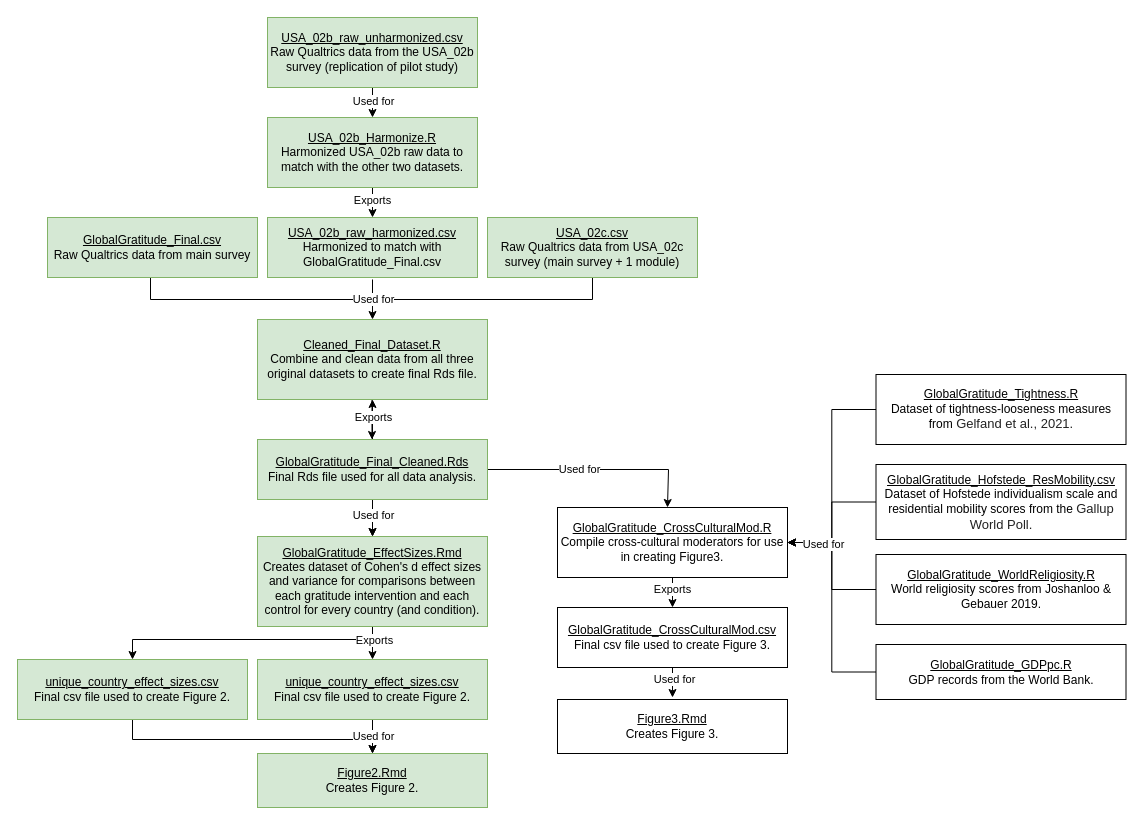
Above: figures/GlobalGratitude_DataOrganization.drawio in Social-Science-Collaboratory/GlobalGratitudeRepo (draw.io), before the change. Source tidied: cells renumbered, new cells numbered last; positions are measured from the earlier drawing's top-left corner, leaving out a move shared by most shapes. Both pictures are drawn from the tidied source at 100%, with x=0, y=0 at pixel (17, 17).
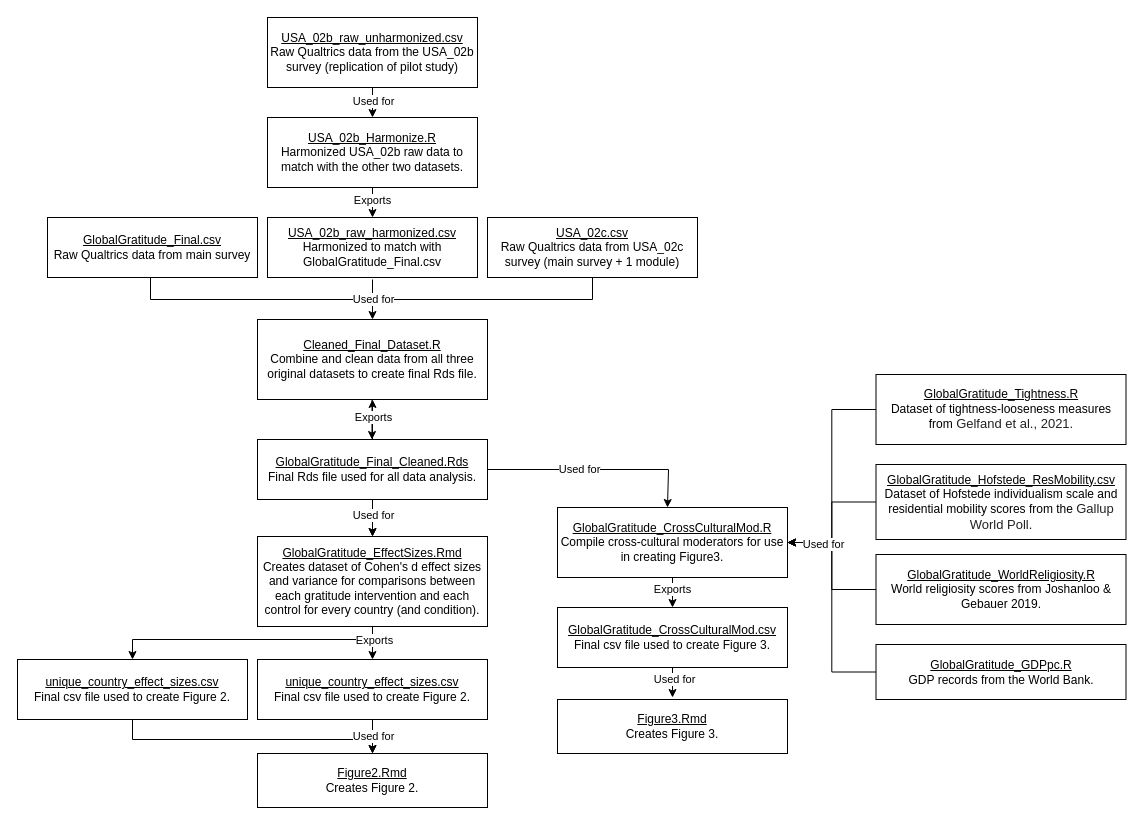
The same diagram, later.

The edit, as a diff of the source:
```diff
@@
-    <mxCell id="4" value="&lt;u&gt;GlobalGratitude_Final.csv&lt;/u&gt;&lt;div&gt;Raw Qualtrics data from main survey&lt;/div&gt;" style="rounded=0;whiteSpace=wrap;html=1;fillColor=#d5e8d4;strokeColor=#82b366;" parent="1" vertex="1">
+    <mxCell id="4" value="&lt;u&gt;GlobalGratitude_Final.csv&lt;/u&gt;&lt;div&gt;Raw Qualtrics data from main survey&lt;/div&gt;" style="rounded=0;whiteSpace=wrap;html=1;" parent="1" vertex="1">
       <mxGeometry x="30" y="200" width="210" height="60" as="geometry" />
     </mxCell>
@@
-    <mxCell id="7" value="&lt;u&gt;USA_02b_raw_unharmonized.csv&lt;/u&gt;&lt;div&gt;Raw Qualtrics data from the USA_02b survey (replication of pilot study)&lt;/div&gt;" style="rounded=0;whiteSpace=wrap;html=1;fillColor=#d5e8d4;strokeColor=#82b366;" parent="1" vertex="1">
+    <mxCell id="7" value="&lt;u&gt;USA_02b_raw_unharmonized.csv&lt;/u&gt;&lt;div&gt;Raw Qualtrics data from the USA_02b survey (replication of pilot study)&lt;/div&gt;" style="rounded=0;whiteSpace=wrap;html=1;" parent="1" vertex="1">
       <mxGeometry x="250" width="210" height="70" as="geometry" />
     </mxCell>
-    <mxCell id="8" value="&lt;u&gt;USA_02b_raw_harmonized.csv&lt;/u&gt;&lt;div&gt;Harmonized to match with GlobalGratitude_Final.csv&lt;/div&gt;" style="rounded=0;whiteSpace=wrap;html=1;fillColor=#d5e8d4;strokeColor=#82b366;" parent="1" vertex="1">
+    <mxCell id="8" value="&lt;u&gt;USA_02b_raw_harmonized.csv&lt;/u&gt;&lt;div&gt;Harmonized to match with GlobalGratitude_Final.csv&lt;/div&gt;" style="rounded=0;whiteSpace=wrap;html=1;" parent="1" vertex="1">
       <mxGeometry x="250" y="200" width="210" height="60" as="geometry" />
     </mxCell>
-    <mxCell id="9" value="&lt;div&gt;&lt;u&gt;USA_02c.csv&lt;/u&gt;&lt;/div&gt;&lt;div&gt;Raw Qualtrics data from USA_02c survey (main survey + 1 module)&lt;/div&gt;" style="rounded=0;whiteSpace=wrap;html=1;fillColor=#d5e8d4;strokeColor=#82b366;" parent="1" vertex="1">
+    <mxCell id="9" value="&lt;div&gt;&lt;u&gt;USA_02c.csv&lt;/u&gt;&lt;/div&gt;&lt;div&gt;Raw Qualtrics data from USA_02c survey (main survey + 1 module)&lt;/div&gt;" style="rounded=0;whiteSpace=wrap;html=1;" parent="1" vertex="1">
       <mxGeometry x="470" y="200" width="210" height="60" as="geometry" />
     </mxCell>
@@
-    <mxCell id="16" value="&lt;u&gt;GlobalGratitude_Final_Cleaned.Rds&lt;/u&gt;&lt;div&gt;Final Rds file used for all data analysis.&lt;/div&gt;" style="rounded=0;whiteSpace=wrap;html=1;fillColor=#d5e8d4;strokeColor=#82b366;" parent="1" vertex="1">
+    <mxCell id="16" value="&lt;u&gt;GlobalGratitude_Final_Cleaned.Rds&lt;/u&gt;&lt;div&gt;Final Rds file used for all data analysis.&lt;/div&gt;" style="rounded=0;whiteSpace=wrap;html=1;" parent="1" vertex="1">
       <mxGeometry x="240" y="422" width="230" height="60" as="geometry" />
     </mxCell>
@@
-    <mxCell id="20" value="&lt;u&gt;GlobalGratitude_EffectSizes.Rmd&lt;/u&gt;&lt;div&gt;Creates dataset of Cohen's d effect sizes and variance for comparisons between each gratitude intervention and each control for every country (and condition).&lt;/div&gt;" style="rounded=0;whiteSpace=wrap;html=1;fillColor=#d5e8d4;strokeColor=#82b366;" parent="1" vertex="1">
+    <mxCell id="20" value="&lt;u&gt;GlobalGratitude_EffectSizes.Rmd&lt;/u&gt;&lt;div&gt;Creates dataset of Cohen's d effect sizes and variance for comparisons between each gratitude intervention and each control for every country (and condition).&lt;/div&gt;" style="rounded=0;whiteSpace=wrap;html=1;" parent="1" vertex="1">
       <mxGeometry x="240" y="519" width="230" height="90" as="geometry" />
     </mxCell>
@@
-    <mxCell id="23" value="&lt;u&gt;unique_country_effect_sizes.csv&lt;/u&gt;&lt;br&gt;&lt;div&gt;Final csv file used to create Figure 2.&lt;/div&gt;" style="rounded=0;whiteSpace=wrap;html=1;fillColor=#d5e8d4;strokeColor=#82b366;" parent="1" vertex="1">
+    <mxCell id="23" value="&lt;u&gt;unique_country_effect_sizes.csv&lt;/u&gt;&lt;br&gt;&lt;div&gt;Final csv file used to create Figure 2.&lt;/div&gt;" style="rounded=0;whiteSpace=wrap;html=1;" parent="1" vertex="1">
       <mxGeometry x="240" y="642" width="230" height="60" as="geometry" />
     </mxCell>
@@
-    <mxCell id="26" value="&lt;u&gt;Cleaned_Final_Dataset.R&lt;/u&gt;&lt;div&gt;Combine and clean data from all three original datasets to create final Rds file.&lt;/div&gt;" style="rounded=0;whiteSpace=wrap;html=1;fillColor=#d5e8d4;strokeColor=#82b366;" parent="1" vertex="1">
+    <mxCell id="26" value="&lt;u&gt;Cleaned_Final_Dataset.R&lt;/u&gt;&lt;div&gt;Combine and clean data from all three original datasets to create final Rds file.&lt;/div&gt;" style="rounded=0;whiteSpace=wrap;html=1;" parent="1" vertex="1">
       <mxGeometry x="240" y="302" width="230" height="80" as="geometry" />
     </mxCell>
@@
-    <mxCell id="29" value="&lt;div&gt;&lt;u&gt;Figure2.Rmd&lt;/u&gt;&lt;/div&gt;&lt;div&gt;Creates Figure 2.&lt;/div&gt;" style="rounded=0;whiteSpace=wrap;html=1;fillColor=#d5e8d4;strokeColor=#82b366;" parent="1" vertex="1">
+    <mxCell id="29" value="&lt;div&gt;&lt;u&gt;Figure2.Rmd&lt;/u&gt;&lt;/div&gt;&lt;div&gt;Creates Figure 2.&lt;/div&gt;" style="rounded=0;whiteSpace=wrap;html=1;" parent="1" vertex="1">
       <mxGeometry x="240" y="736" width="230" height="54" as="geometry" />
     </mxCell>
@@
-    <mxCell id="32" value="&lt;div&gt;&lt;u&gt;USA_02b_Harmonize.R&lt;/u&gt;&lt;/div&gt;&lt;div&gt;Harmonized USA_02b raw data to match with the other two datasets.&lt;/div&gt;" style="rounded=0;whiteSpace=wrap;html=1;fillColor=#d5e8d4;strokeColor=#82b366;" parent="1" vertex="1">
+    <mxCell id="32" value="&lt;div&gt;&lt;u&gt;USA_02b_Harmonize.R&lt;/u&gt;&lt;/div&gt;&lt;div&gt;Harmonized USA_02b raw data to match with the other two datasets.&lt;/div&gt;" style="rounded=0;whiteSpace=wrap;html=1;" parent="1" vertex="1">
       <mxGeometry x="250" y="100" width="210" height="70" as="geometry" />
     </mxCell>
@@
-    <mxCell id="49" value="&lt;u&gt;unique_country_effect_sizes.csv&lt;/u&gt;&lt;br&gt;&lt;div&gt;Final csv file used to create Figure 2.&lt;/div&gt;" style="rounded=0;whiteSpace=wrap;html=1;fillColor=#d5e8d4;strokeColor=#82b366;" parent="1" vertex="1">
+    <mxCell id="49" value="&lt;u&gt;unique_country_effect_sizes.csv&lt;/u&gt;&lt;br&gt;&lt;div&gt;Final csv file used to create Figure 2.&lt;/div&gt;" style="rounded=0;whiteSpace=wrap;html=1;" parent="1" vertex="1">
       <mxGeometry y="642" width="230" height="60" as="geometry" />
     </mxCell>
```
